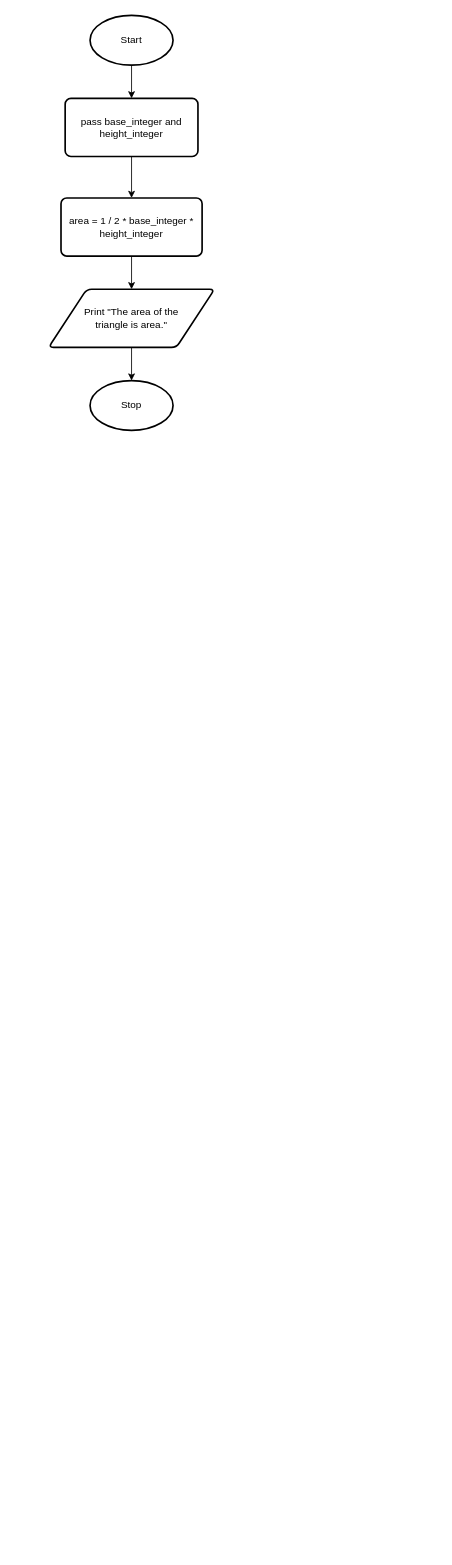
Before: design.flowchart.drawio in Yiyun-Qin/ICS3U-Assignment5-Python, a draw.io diagram. Source tidied: cells renumbered, new cells numbered last; positions are measured from the earlier drawing's top-left corner, leaving out a move shared by most shapes. Both pictures are drawn from the tidied source at 83%, with x=0, y=0 at pixel (48, 15).
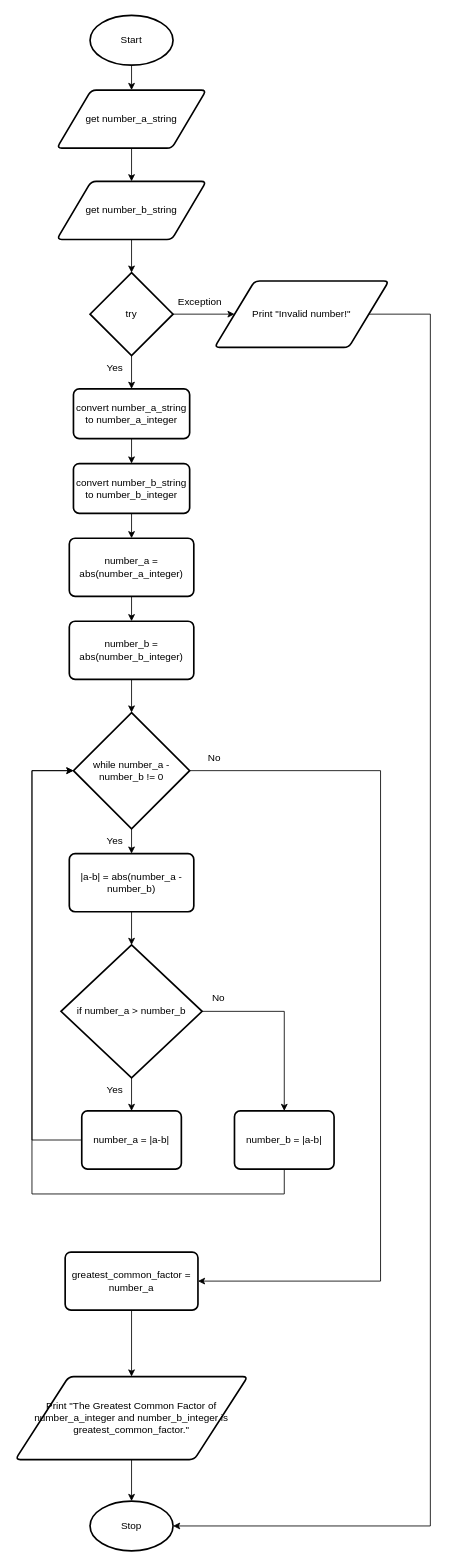
After the change.

The change refers to these unchanged cells:
```xml
<mxCell id="3" value="Start" style="strokeWidth=2;html=1;shape=mxgraph.flowchart.start_1;whiteSpace=wrap;" parent="1" vertex="1">
  <mxGeometry x="50" width="100" height="60" as="geometry" />
</mxCell>
```

The edit, as a diff of the source:
```diff
@@
-    <mxCell id="2" style="edgeStyle=none;html=1;exitX=0.5;exitY=1;exitDx=0;exitDy=0;exitPerimeter=0;entryX=0.5;entryY=0;entryDx=0;entryDy=0;" parent="1" edge="1" source="3" target="6">
-      <mxGeometry relative="1" as="geometry" />
-    </mxCell>
+    <mxCell id="11" style="edgeStyle=none;html=1;exitX=0.5;exitY=1;exitDx=0;exitDy=0;exitPerimeter=0;entryX=0.5;entryY=0;entryDx=0;entryDy=0;" parent="1" edge="1" source="3" target="9">
+      <mxGeometry relative="1" as="geometry" />
+    </mxCell>
@@
     <mxCell id="4" value="Stop" style="strokeWidth=2;html=1;shape=mxgraph.flowchart.start_1;whiteSpace=wrap;" parent="1" vertex="1">
-      <mxGeometry x="50" y="440" width="100" height="60" as="geometry" />
+      <mxGeometry x="50" y="1790" width="100" height="60" as="geometry" />
     </mxCell>
-    <mxCell id="5" style="edgeStyle=none;html=1;exitX=0.5;exitY=1;exitDx=0;exitDy=0;entryX=0.5;entryY=0;entryDx=0;entryDy=0;" parent="1" edge="1" source="6" target="8">
-      <mxGeometry relative="1" as="geometry" />
-    </mxCell>
-    <mxCell id="6" value="pass base_integer and height_integer" style="rounded=1;whiteSpace=wrap;html=1;absoluteArcSize=1;arcSize=14;strokeWidth=2;" parent="1" vertex="1">
-      <mxGeometry x="20" y="100" width="160" height="70" as="geometry" />
-    </mxCell>
-    <mxCell id="7" style="edgeStyle=none;html=1;exitX=0.5;exitY=1;exitDx=0;exitDy=0;entryX=0.5;entryY=0;entryDx=0;entryDy=0;" parent="1" edge="1" source="8" target="10">
-      <mxGeometry relative="1" as="geometry" />
-    </mxCell>
-    <mxCell id="8" value="area = 1 / 2 * base_integer * height_integer" style="rounded=1;whiteSpace=wrap;html=1;absoluteArcSize=1;arcSize=14;strokeWidth=2;" parent="1" vertex="1">
-      <mxGeometry x="15" y="220" width="170" height="70" as="geometry" />
-    </mxCell>
+    <mxCell id="12" style="edgeStyle=none;html=1;exitX=0.5;exitY=1;exitDx=0;exitDy=0;entryX=0.5;entryY=0;entryDx=0;entryDy=0;" parent="1" edge="1" source="9" target="14">
+      <mxGeometry relative="1" as="geometry" />
+    </mxCell>
-    <mxCell id="9" style="edgeStyle=none;html=1;exitX=0.5;exitY=1;exitDx=0;exitDy=0;entryX=0.5;entryY=0;entryDx=0;entryDy=0;entryPerimeter=0;" parent="1" edge="1" source="10" target="4">
-      <mxGeometry relative="1" as="geometry" />
+    <mxCell id="9" value="get number_a_string" style="shape=parallelogram;html=1;strokeWidth=2;perimeter=parallelogramPerimeter;whiteSpace=wrap;rounded=1;arcSize=12;size=0.23;" parent="1" vertex="1">
+      <mxGeometry x="10" y="90" width="180" height="70" as="geometry" />
     </mxCell>
-    <mxCell id="10" value="Print &quot;The area of the &lt;br&gt;triangle is area.&quot;" style="shape=parallelogram;html=1;strokeWidth=2;perimeter=parallelogramPerimeter;whiteSpace=wrap;rounded=1;arcSize=12;size=0.23;" parent="1" vertex="1">
-      <mxGeometry y="330" width="200" height="70" as="geometry" />
-    </mxCell>
+    <mxCell id="13" style="edgeStyle=none;html=1;exitX=0.5;exitY=1;exitDx=0;exitDy=0;entryX=0.5;entryY=0;entryDx=0;entryDy=0;entryPerimeter=0;" parent="1" edge="1" source="14" target="17">
+      <mxGeometry relative="1" as="geometry" />
+    </mxCell>
+    <mxCell id="14" value="get number_b_string" style="shape=parallelogram;html=1;strokeWidth=2;perimeter=parallelogramPerimeter;whiteSpace=wrap;rounded=1;arcSize=12;size=0.23;" parent="1" vertex="1">
+      <mxGeometry x="10" y="200" width="180" height="70" as="geometry" />
+    </mxCell>
+    <mxCell id="15" style="edgeStyle=none;html=1;exitX=0.5;exitY=1;exitDx=0;exitDy=0;exitPerimeter=0;entryX=0.5;entryY=0;entryDx=0;entryDy=0;" parent="1" edge="1" source="17" target="19">
+      <mxGeometry relative="1" as="geometry" />
+    </mxCell>
+    <mxCell id="16" style="edgeStyle=orthogonalEdgeStyle;rounded=0;html=1;exitX=1;exitY=0.5;exitDx=0;exitDy=0;exitPerimeter=0;entryX=0;entryY=0.5;entryDx=0;entryDy=0;" parent="1" edge="1" source="17" target="47">
+      <mxGeometry relative="1" as="geometry" />
+    </mxCell>
+    <mxCell id="17" value="try" style="strokeWidth=2;html=1;shape=mxgraph.flowchart.decision;whiteSpace=wrap;" parent="1" vertex="1">
+      <mxGeometry x="50" y="310" width="100" height="100" as="geometry" />
+    </mxCell>
+    <mxCell id="18" style="edgeStyle=none;html=1;exitX=0.5;exitY=1;exitDx=0;exitDy=0;entryX=0.5;entryY=0;entryDx=0;entryDy=0;" parent="1" edge="1" source="19" target="21">
+      <mxGeometry relative="1" as="geometry" />
+    </mxCell>
+    <mxCell id="19" value="convert number_a_string to number_a_integer" style="rounded=1;whiteSpace=wrap;html=1;absoluteArcSize=1;arcSize=14;strokeWidth=2;" parent="1" vertex="1">
+      <mxGeometry x="30" y="450" width="140" height="60" as="geometry" />
+    </mxCell>
+    <mxCell id="20" style="edgeStyle=none;html=1;exitX=0.5;exitY=1;exitDx=0;exitDy=0;entryX=0.5;entryY=0;entryDx=0;entryDy=0;" parent="1" edge="1" source="21" target="23">
+      <mxGeometry relative="1" as="geometry" />
+    </mxCell>
+    <mxCell id="21" value="convert number_b_string to number_b_integer" style="rounded=1;whiteSpace=wrap;html=1;absoluteArcSize=1;arcSize=14;strokeWidth=2;" parent="1" vertex="1">
+      <mxGeometry x="30" y="540" width="140" height="60" as="geometry" />
+    </mxCell>
+    <mxCell id="22" style="edgeStyle=none;html=1;exitX=0.5;exitY=1;exitDx=0;exitDy=0;entryX=0.5;entryY=0;entryDx=0;entryDy=0;" parent="1" edge="1" source="23" target="25">
+      <mxGeometry relative="1" as="geometry" />
+    </mxCell>
+    <mxCell id="23" value="number_a = abs(number_a_integer)" style="rounded=1;whiteSpace=wrap;html=1;absoluteArcSize=1;arcSize=14;strokeWidth=2;" parent="1" vertex="1">
+      <mxGeometry x="25" y="630" width="150" height="70" as="geometry" />
+    </mxCell>
+    <mxCell id="24" style="edgeStyle=none;html=1;exitX=0.5;exitY=1;exitDx=0;exitDy=0;entryX=0.5;entryY=0;entryDx=0;entryDy=0;entryPerimeter=0;" parent="1" edge="1" source="25" target="28">
+      <mxGeometry relative="1" as="geometry" />
+    </mxCell>
+    <mxCell id="25" value="number_b = abs(number_b_integer)" style="rounded=1;whiteSpace=wrap;html=1;absoluteArcSize=1;arcSize=14;strokeWidth=2;" parent="1" vertex="1">
+      <mxGeometry x="25" y="730" width="150" height="70" as="geometry" />
+    </mxCell>
+    <mxCell id="26" style="edgeStyle=none;html=1;exitX=0.5;exitY=1;exitDx=0;exitDy=0;exitPerimeter=0;entryX=0.5;entryY=0;entryDx=0;entryDy=0;" parent="1" edge="1" source="28" target="30">
+      <mxGeometry relative="1" as="geometry" />
+    </mxCell>
+    <mxCell id="27" style="edgeStyle=orthogonalEdgeStyle;rounded=0;html=1;exitX=1;exitY=0.5;exitDx=0;exitDy=0;exitPerimeter=0;entryX=1;entryY=0.5;entryDx=0;entryDy=0;" parent="1" edge="1" source="28" target="42">
+      <mxGeometry relative="1" as="geometry">
+        <Array as="points">
+          <mxPoint x="400" y="910" />
+          <mxPoint x="400" y="1525" />
+        </Array>
+      </mxGeometry>
+    </mxCell>
+    <mxCell id="28" value="while number_a - number_b != 0" style="strokeWidth=2;html=1;shape=mxgraph.flowchart.decision;whiteSpace=wrap;" parent="1" vertex="1">
+      <mxGeometry x="30" y="840" width="140" height="140" as="geometry" />
+    </mxCell>
+    <mxCell id="29" style="edgeStyle=none;html=1;exitX=0.5;exitY=1;exitDx=0;exitDy=0;" parent="1" edge="1" source="30" target="33">
+      <mxGeometry relative="1" as="geometry" />
+    </mxCell>
+    <mxCell id="30" value="|a-b| = abs(number_a - number_b)" style="rounded=1;whiteSpace=wrap;html=1;absoluteArcSize=1;arcSize=14;strokeWidth=2;" parent="1" vertex="1">
+      <mxGeometry x="25" y="1010" width="150" height="70" as="geometry" />
+    </mxCell>
+    <mxCell id="31" style="edgeStyle=none;html=1;exitX=0.5;exitY=1;exitDx=0;exitDy=0;exitPerimeter=0;entryX=0.5;entryY=0;entryDx=0;entryDy=0;" parent="1" edge="1" source="33" target="35">
+      <mxGeometry relative="1" as="geometry" />
+    </mxCell>
+    <mxCell id="32" style="edgeStyle=orthogonalEdgeStyle;rounded=0;html=1;exitX=1;exitY=0.5;exitDx=0;exitDy=0;exitPerimeter=0;entryX=0.5;entryY=0;entryDx=0;entryDy=0;" parent="1" edge="1" source="33" target="37">
+      <mxGeometry relative="1" as="geometry" />
+    </mxCell>
+    <mxCell id="33" value="if number_a &amp;gt; number_b" style="strokeWidth=2;html=1;shape=mxgraph.flowchart.decision;whiteSpace=wrap;" parent="1" vertex="1">
+      <mxGeometry x="15" y="1120" width="170" height="160" as="geometry" />
+    </mxCell>
+    <mxCell id="34" style="edgeStyle=orthogonalEdgeStyle;html=1;exitX=0;exitY=0.5;exitDx=0;exitDy=0;entryX=0;entryY=0.5;entryDx=0;entryDy=0;entryPerimeter=0;rounded=0;" parent="1" edge="1" source="35" target="28">
+      <mxGeometry relative="1" as="geometry">
+        <Array as="points">
+          <mxPoint x="-20" y="1355" />
+          <mxPoint x="-20" y="910" />
+        </Array>
+      </mxGeometry>
+    </mxCell>
+    <mxCell id="35" value="number_a = |a-b|" style="rounded=1;whiteSpace=wrap;html=1;absoluteArcSize=1;arcSize=14;strokeWidth=2;" parent="1" vertex="1">
+      <mxGeometry x="40" y="1320" width="120" height="70" as="geometry" />
+    </mxCell>
+    <mxCell id="36" style="edgeStyle=orthogonalEdgeStyle;rounded=0;html=1;exitX=0.5;exitY=1;exitDx=0;exitDy=0;entryX=0;entryY=0.5;entryDx=0;entryDy=0;entryPerimeter=0;" parent="1" edge="1" source="37" target="28">
+      <mxGeometry relative="1" as="geometry">
+        <Array as="points">
+          <mxPoint x="284" y="1420" />
+          <mxPoint x="-20" y="1420" />
+          <mxPoint x="-20" y="910" />
+        </Array>
+      </mxGeometry>
+    </mxCell>
+    <mxCell id="37" value="number_b = |a-b|" style="rounded=1;whiteSpace=wrap;html=1;absoluteArcSize=1;arcSize=14;strokeWidth=2;" parent="1" vertex="1">
+      <mxGeometry x="224" y="1320" width="120" height="70" as="geometry" />
+    </mxCell>
+    <mxCell id="38" value="Yes" style="text;html=1;strokeColor=none;fillColor=none;align=center;verticalAlign=middle;whiteSpace=wrap;rounded=0;" parent="1" vertex="1">
+      <mxGeometry x="60" y="1280" width="40" height="30" as="geometry" />
+    </mxCell>
+    <mxCell id="39" value="No" style="text;html=1;strokeColor=none;fillColor=none;align=center;verticalAlign=middle;whiteSpace=wrap;rounded=0;" parent="1" vertex="1">
+      <mxGeometry x="185" y="1169" width="40" height="30" as="geometry" />
+    </mxCell>
+    <mxCell id="40" value="Yes" style="text;html=1;strokeColor=none;fillColor=none;align=center;verticalAlign=middle;whiteSpace=wrap;rounded=0;" parent="1" vertex="1">
+      <mxGeometry x="60" y="980" width="40" height="30" as="geometry" />
+    </mxCell>
+    <mxCell id="41" style="edgeStyle=orthogonalEdgeStyle;rounded=0;html=1;exitX=0.5;exitY=1;exitDx=0;exitDy=0;entryX=0.5;entryY=0;entryDx=0;entryDy=0;" parent="1" edge="1" source="42" target="45">
+      <mxGeometry relative="1" as="geometry" />
+    </mxCell>
+    <mxCell id="42" value="greatest_common_factor = number_a" style="rounded=1;whiteSpace=wrap;html=1;absoluteArcSize=1;arcSize=14;strokeWidth=2;" parent="1" vertex="1">
+      <mxGeometry x="20" y="1490" width="160" height="70" as="geometry" />
+    </mxCell>
+    <mxCell id="43" value="No" style="text;html=1;strokeColor=none;fillColor=none;align=center;verticalAlign=middle;whiteSpace=wrap;rounded=0;" parent="1" vertex="1">
+      <mxGeometry x="180" y="880" width="40" height="30" as="geometry" />
+    </mxCell>
+    <mxCell id="44" style="edgeStyle=orthogonalEdgeStyle;rounded=0;html=1;exitX=0.5;exitY=1;exitDx=0;exitDy=0;entryX=0.5;entryY=0;entryDx=0;entryDy=0;entryPerimeter=0;" parent="1" edge="1" source="45" target="4">
+      <mxGeometry relative="1" as="geometry" />
+    </mxCell>
+    <mxCell id="45" value="Print &quot;The Greatest Common Factor of number_a_integer and number_b_integer is greatest_common_factor.&quot;" style="shape=parallelogram;html=1;strokeWidth=2;perimeter=parallelogramPerimeter;whiteSpace=wrap;rounded=1;arcSize=12;size=0.23;" parent="1" vertex="1">
+      <mxGeometry x="-40" y="1640" width="280" height="100" as="geometry" />
+    </mxCell>
+    <mxCell id="46" style="edgeStyle=orthogonalEdgeStyle;rounded=0;html=1;exitX=1;exitY=0.5;exitDx=0;exitDy=0;entryX=1;entryY=0.5;entryDx=0;entryDy=0;entryPerimeter=0;" parent="1" edge="1" source="47" target="4">
+      <mxGeometry relative="1" as="geometry">
+        <Array as="points">
+          <mxPoint x="460" y="360" />
+          <mxPoint x="460" y="1820" />
+        </Array>
+      </mxGeometry>
+    </mxCell>
+    <mxCell id="47" value="Print &quot;Invalid number!&quot;" style="shape=parallelogram;html=1;strokeWidth=2;perimeter=parallelogramPerimeter;whiteSpace=wrap;rounded=1;arcSize=12;size=0.23;" parent="1" vertex="1">
+      <mxGeometry x="200" y="320" width="210" height="80" as="geometry" />
+    </mxCell>
+    <mxCell id="48" value="Yes" style="text;html=1;strokeColor=none;fillColor=none;align=center;verticalAlign=middle;whiteSpace=wrap;rounded=0;" parent="1" vertex="1">
+      <mxGeometry x="60" y="410" width="40" height="30" as="geometry" />
+    </mxCell>
+    <mxCell id="49" value="Exception" style="text;html=1;strokeColor=none;fillColor=none;align=center;verticalAlign=middle;whiteSpace=wrap;rounded=0;" parent="1" vertex="1">
+      <mxGeometry x="145" y="330" width="75" height="30" as="geometry" />
+    </mxCell>
```
